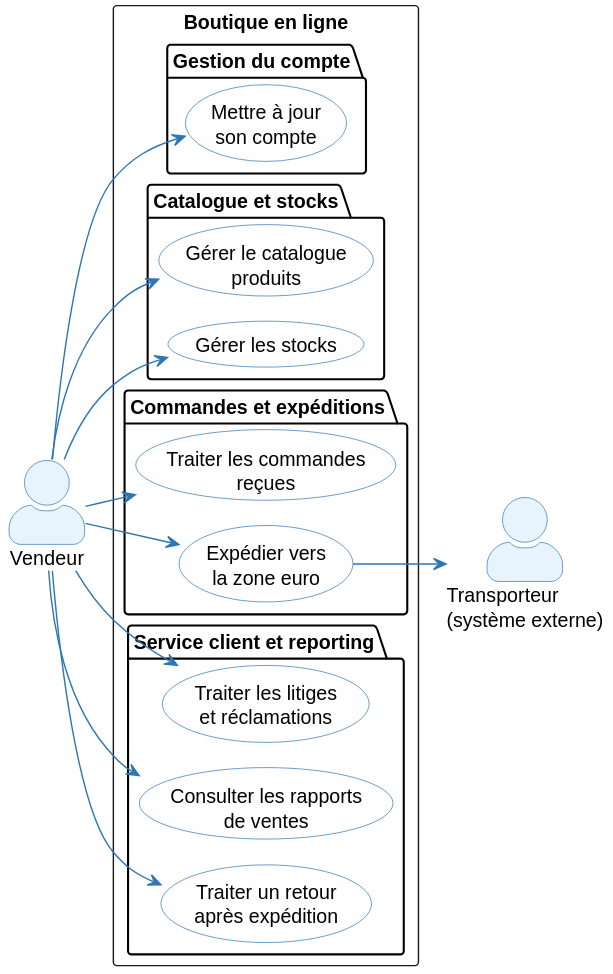
This is architecture/01-operational-analysis/diagrams/oa-uc-vendor.svg from louistalvande/online_shop, a PlantUML export, as it was before one commit.
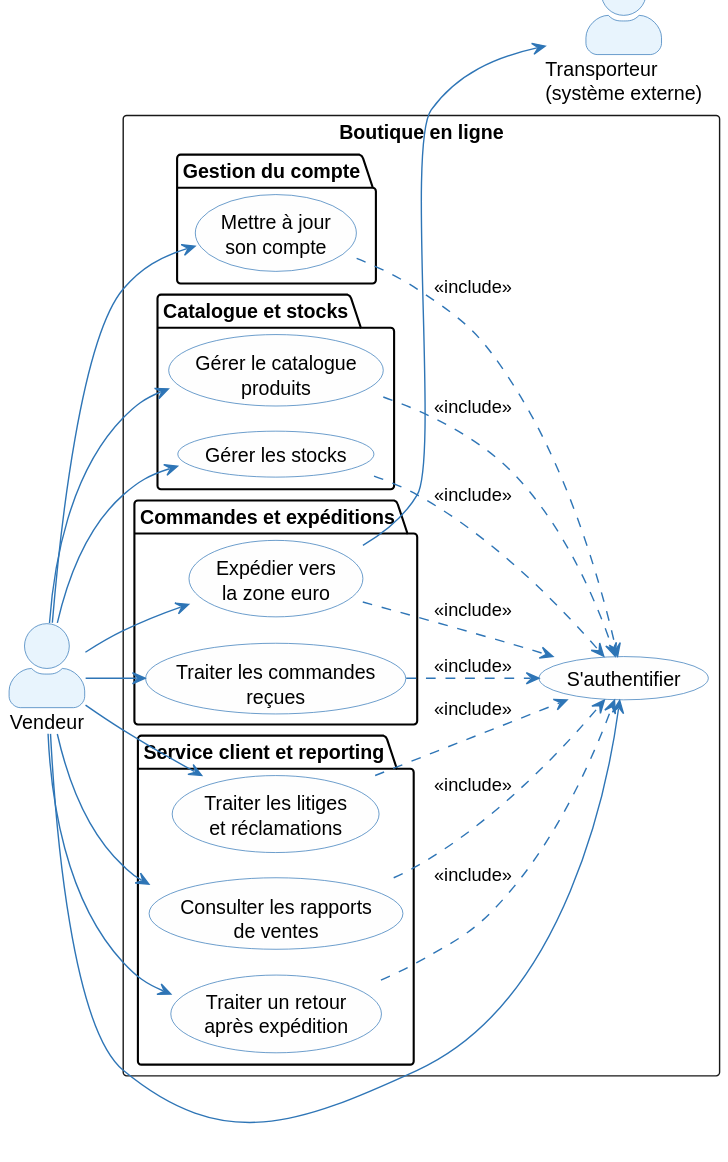
Above is the later version.

Commit message:
include authet when necessary

Diff of the diagram source:
```diff
@@ -16,6 +16,7 @@
 actor "Transporteur\n(système externe)" as Carrier
 
 rectangle "Boutique en ligne" {
+  usecase (S'authentifier) as UC_V_AUTH
   package "Gestion du compte" {
     usecase (Mettre à jour\nson compte) as UC_V0
   }
@@ -34,6 +35,7 @@
   }
 }
 
+Vendor --> UC_V_AUTH
 Vendor --> UC_V0
 Vendor --> UC_V1
 Vendor --> UC_V2
@@ -42,5 +44,13 @@
 Vendor --> UC_V5
 Vendor --> UC_V6
 Vendor --> UC_V8
+UC_V0 ..> UC_V_AUTH : <<include>>
+UC_V1 ..> UC_V_AUTH : <<include>>
+UC_V2 ..> UC_V_AUTH : <<include>>
+UC_V3 ..> UC_V_AUTH : <<include>>
+UC_V4 ..> UC_V_AUTH : <<include>>
+UC_V5 ..> UC_V_AUTH : <<include>>
+UC_V6 ..> UC_V_AUTH : <<include>>
+UC_V8 ..> UC_V_AUTH : <<include>>
 UC_V4 --> Carrier
 @enduml
```
